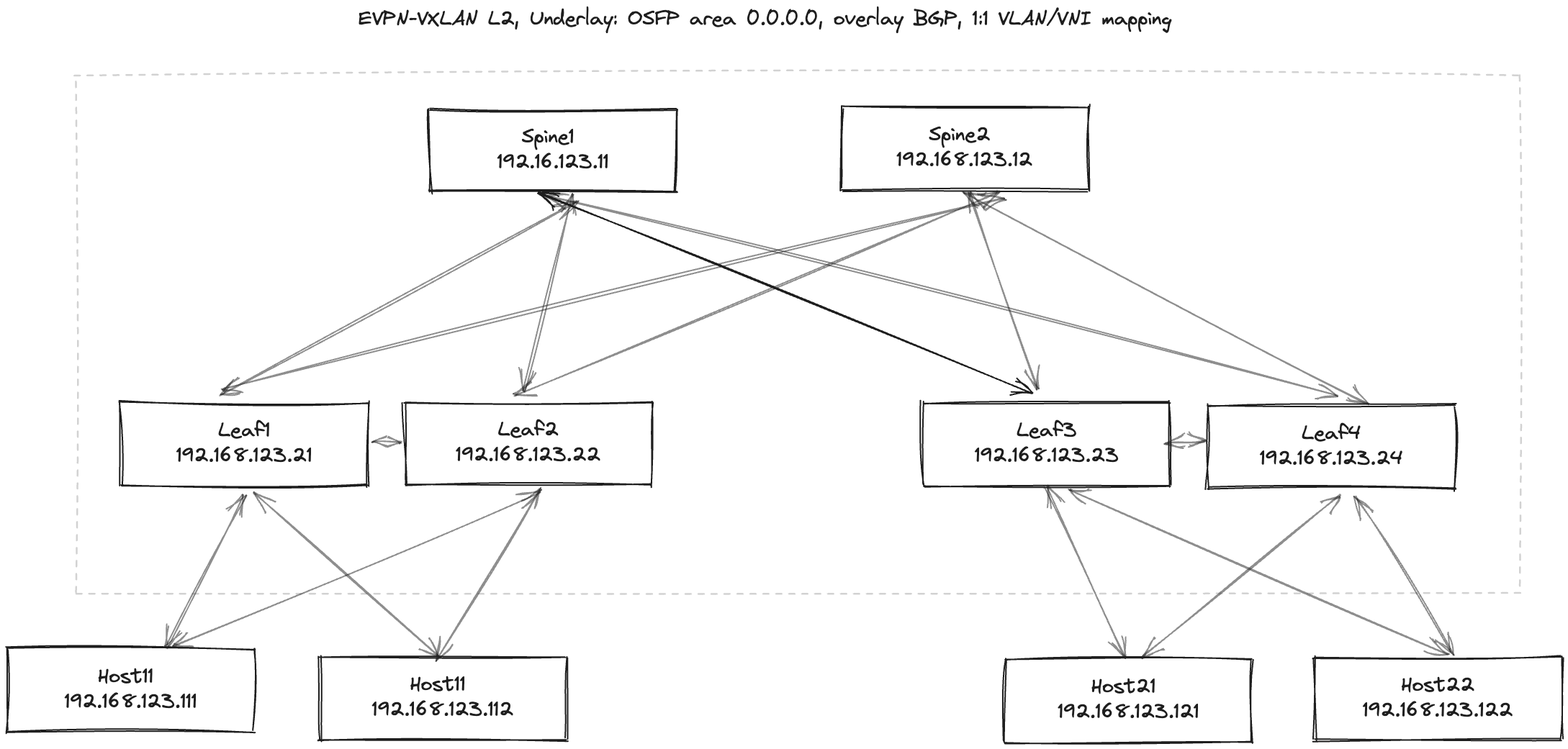
Above: media/evpnvxlan_lab_full.excalidraw.png in marekplaza/evpnvxlan_quickstart (Excalidraw), before the change. Source tidied: one line per element, renumbered; positions are measured from the earlier drawing's top-left corner, leaving out a move shared by most shapes. The source it was exported from:
```json
{"id": 0, "type": "rectangle", "strokeColor": "#1e1e1e", "strokeWidth": 2, "strokeStyle": "dashed", "roughness": 2, "opacity": 20, "x": 95, "y": 94, "width": 2006, "height": 721}
{"id": 1, "type": "rectangle", "strokeColor": "#1e1e1e", "strokeWidth": 2, "roughness": 2, "x": 0, "y": 892, "width": 343, "height": 115}
{"id": 2, "type": "text", "text": "Host11 \n192.168.123.111", "strokeColor": "#1e1e1e", "strokeWidth": 2, "roughness": 2, "fontSize": 28, "fontFamily": 1, "textAlign": "center", "verticalAlign": "middle", "inside": 1, "x": 80, "y": 914, "width": 184, "height": 70}
{"id": 3, "type": "rectangle", "strokeColor": "#1e1e1e", "strokeWidth": 2, "roughness": 2, "x": 158, "y": 549, "width": 343, "height": 115}
{"id": 4, "type": "text", "text": "Leaf1\n192.168.123.21", "strokeColor": "#1e1e1e", "strokeWidth": 2, "roughness": 2, "fontSize": 28, "fontFamily": 1, "textAlign": "center", "verticalAlign": "middle", "inside": 3, "x": 235, "y": 572, "width": 189, "height": 70}
{"id": 5, "type": "rectangle", "strokeColor": "#1e1e1e", "strokeWidth": 2, "roughness": 2, "x": 587, "y": 141, "width": 343, "height": 115}
{"id": 6, "type": "text", "text": "Spine1 \n192.16.123.11", "strokeColor": "#1e1e1e", "strokeWidth": 2, "roughness": 2, "fontSize": 28, "fontFamily": 1, "textAlign": "center", "verticalAlign": "middle", "inside": 5, "x": 681, "y": 164, "width": 155, "height": 70}
{"id": 7, "type": "rectangle", "strokeColor": "#1e1e1e", "strokeWidth": 2, "roughness": 2, "x": 1272, "y": 550, "width": 343, "height": 115}
{"id": 8, "type": "text", "text": "Leaf3\n192.168.123.23", "strokeColor": "#1e1e1e", "strokeWidth": 2, "roughness": 2, "fontSize": 28, "fontFamily": 1, "textAlign": "center", "verticalAlign": "middle", "inside": 7, "x": 1344, "y": 572, "width": 200, "height": 70}
{"id": 9, "type": "rectangle", "strokeColor": "#1e1e1e", "strokeWidth": 2, "roughness": 2, "x": 1386, "y": 906, "width": 343, "height": 115}
{"id": 10, "type": "text", "text": "Host21 \n192.168.123.121", "strokeColor": "#1e1e1e", "strokeWidth": 2, "roughness": 2, "fontSize": 28, "fontFamily": 1, "textAlign": "center", "verticalAlign": "middle", "inside": 9, "x": 1459, "y": 928, "width": 196, "height": 70}
{"id": 11, "type": "text", "text": "EVPN-VXLAN L2, Underlay: OSFP area 0.0.0.0, overlay BGP, 1:1 VLAN/VNI mapping", "strokeColor": "#1e1e1e", "strokeWidth": 2, "strokeStyle": "dashed", "roughness": 2, "fontSize": 28, "fontFamily": 1, "textAlign": "center", "x": 488, "y": 0, "width": 1129, "height": 35}
{"id": 12, "type": "arrow", "strokeColor": "#1e1e1e", "strokeWidth": 2, "roughness": 2, "opacity": 50, "startArrowhead": "arrow", "endArrowhead": "arrow", "from": 1, "to": 3, "x": 222, "y": 891, "width": 107, "height": 212, "points": [[0, 0], [107, -212]]}
{"id": 13, "type": "arrow", "strokeColor": "#1e1e1e", "strokeWidth": 2, "roughness": 2, "opacity": 50, "startArrowhead": "arrow", "endArrowhead": "arrow", "from": 3, "to": 5, "x": 296, "y": 539, "width": 493, "height": 268, "points": [[0, 0], [493, -268]]}
{"id": 14, "type": "arrow", "strokeColor": "#1e1e1e", "strokeWidth": 2, "roughness": 2, "startArrowhead": "arrow", "endArrowhead": "arrow", "from": 5, "to": 7, "x": 737, "y": 257, "width": 686, "height": 280, "points": [[0, 0], [686, 280]]}
{"id": 15, "type": "arrow", "strokeColor": "#1e1e1e", "strokeWidth": 2, "roughness": 2, "opacity": 50, "startArrowhead": "arrow", "endArrowhead": "arrow", "from": 7, "to": 9, "x": 1441, "y": 666, "width": 110, "height": 239, "points": [[0, 0], [110, 239]]}
{"id": 16, "type": "rectangle", "strokeColor": "#1e1e1e", "strokeWidth": 2, "roughness": 2, "x": 1158, "y": 139, "width": 343, "height": 115}
{"id": 17, "type": "text", "text": "Spine2 \n192.168.123.12", "strokeColor": "#1e1e1e", "strokeWidth": 2, "roughness": 2, "fontSize": 28, "fontFamily": 1, "textAlign": "center", "verticalAlign": "middle", "inside": 16, "x": 1236, "y": 161, "width": 189, "height": 70}
{"id": 18, "type": "arrow", "strokeColor": "#1e1e1e", "strokeWidth": 2, "roughness": 2, "opacity": 50, "startArrowhead": "arrow", "endArrowhead": "arrow", "from": 3, "x": 344, "y": 677, "width": 257, "height": 228, "points": [[0, 0], [257, 228]]}
{"id": 19, "type": "arrow", "strokeColor": "#1e1e1e", "strokeWidth": 2, "roughness": 2, "opacity": 50, "startArrowhead": "arrow", "endArrowhead": "arrow", "from": 7, "to": 16, "x": 1430, "y": 531, "width": 94, "height": 276, "points": [[0, 0], [-94, -276]]}
{"id": 20, "type": "rectangle", "strokeColor": "#1e1e1e", "strokeWidth": 2, "roughness": 2, "x": 433, "y": 903, "width": 343, "height": 115}
{"id": 21, "type": "text", "text": "Host11 \n192.168.123.112", "strokeColor": "#1e1e1e", "strokeWidth": 2, "roughness": 2, "fontSize": 28, "fontFamily": 1, "textAlign": "center", "verticalAlign": "middle", "inside": 20, "x": 507, "y": 925, "width": 196, "height": 70}
{"id": 22, "type": "arrow", "strokeColor": "#1e1e1e", "strokeWidth": 2, "roughness": 2, "opacity": 50, "startArrowhead": "arrow", "endArrowhead": "arrow", "from": 23, "x": 742, "y": 671, "width": 146, "height": 236, "points": [[0, 0], [-146, 236]]}
{"id": 23, "type": "rectangle", "strokeColor": "#1e1e1e", "strokeWidth": 2, "roughness": 2, "x": 552, "y": 548, "width": 343, "height": 115}
{"id": 24, "type": "text", "text": "Leaf2\n192.168.123.22", "strokeColor": "#1e1e1e", "strokeWidth": 2, "roughness": 2, "fontSize": 28, "fontFamily": 1, "textAlign": "center", "verticalAlign": "middle", "inside": 23, "x": 623, "y": 571, "width": 201, "height": 70}
{"id": 25, "type": "arrow", "strokeColor": "#1e1e1e", "strokeWidth": 2, "roughness": 2, "opacity": 50, "startArrowhead": "arrow", "endArrowhead": "arrow", "from": 23, "to": 1, "x": 741, "y": 674, "width": 512, "height": 215, "points": [[0, 0], [-512, 215]]}
{"id": 26, "type": "arrow", "strokeColor": "#1e1e1e", "strokeWidth": 2, "roughness": 2, "opacity": 50, "startArrowhead": "arrow", "endArrowhead": "arrow", "from": 23, "to": 3, "x": 547, "y": 604, "width": 39, "height": 1, "points": [[0, 0], [-39, -1]]}
{"id": 27, "type": "rectangle", "strokeColor": "#1e1e1e", "strokeWidth": 2, "roughness": 2, "x": 1668, "y": 553, "width": 343, "height": 115}
{"id": 28, "type": "text", "text": "Leaf4\n192.168.123.24", "strokeColor": "#1e1e1e", "strokeWidth": 2, "roughness": 2, "fontSize": 28, "fontFamily": 1, "textAlign": "center", "verticalAlign": "middle", "inside": 27, "x": 1740, "y": 576, "width": 199, "height": 70}
{"id": 29, "type": "arrow", "strokeColor": "#1e1e1e", "strokeWidth": 2, "roughness": 2, "opacity": 50, "startArrowhead": "arrow", "endArrowhead": "arrow", "from": 27, "x": 1663, "y": 606, "width": 53, "height": 2, "points": [[0, 0], [-53, -2]]}
{"id": 30, "type": "rectangle", "strokeColor": "#1e1e1e", "strokeWidth": 2, "roughness": 2, "x": 1816, "y": 903, "width": 343, "height": 115}
{"id": 31, "type": "text", "text": "Host22\n192.168.123.122", "strokeColor": "#1e1e1e", "strokeWidth": 2, "roughness": 2, "fontSize": 28, "fontFamily": 1, "textAlign": "center", "verticalAlign": "middle", "inside": 30, "x": 1883, "y": 926, "width": 209, "height": 70}
{"id": 32, "type": "arrow", "strokeColor": "#1e1e1e", "strokeWidth": 2, "roughness": 2, "opacity": 50, "startArrowhead": "arrow", "endArrowhead": "arrow", "from": 27, "to": 16, "x": 1889, "y": 552, "width": 562, "height": 295, "points": [[0, 0], [-562, -295]]}
{"id": 33, "type": "arrow", "strokeColor": "#1e1e1e", "strokeWidth": 2, "roughness": 2, "opacity": 50, "startArrowhead": "arrow", "endArrowhead": "arrow", "from": 27, "to": 5, "x": 1847, "y": 539, "width": 1099, "height": 277, "points": [[0, 0], [-1099, -277]]}
{"id": 34, "type": "arrow", "strokeColor": "#1e1e1e", "strokeWidth": 2, "roughness": 2, "opacity": 50, "startArrowhead": "arrow", "endArrowhead": "arrow", "from": 23, "to": 5, "x": 718, "y": 535, "width": 67, "height": 275, "points": [[0, 0], [67, -275]]}
{"id": 35, "type": "arrow", "strokeColor": "#1e1e1e", "strokeWidth": 2, "roughness": 2, "opacity": 50, "startArrowhead": "arrow", "endArrowhead": "arrow", "from": 23, "to": 16, "x": 704, "y": 540, "width": 672, "height": 282, "points": [[0, 0], [672, -282]]}
{"id": 36, "type": "arrow", "strokeColor": "#1e1e1e", "strokeWidth": 2, "roughness": 2, "opacity": 50, "startArrowhead": "arrow", "endArrowhead": "arrow", "from": 3, "to": 16, "x": 298, "y": 531, "width": 1085, "height": 266, "points": [[0, 0], [1085, -266]]}
{"id": 37, "type": "arrow", "strokeColor": "#1e1e1e", "strokeWidth": 2, "roughness": 2, "opacity": 50, "startArrowhead": "arrow", "endArrowhead": "arrow", "from": 27, "to": 9, "x": 1851, "y": 677, "width": 273, "height": 223, "points": [[0, 0], [-273, 223]]}
{"id": 38, "type": "arrow", "strokeColor": "#1e1e1e", "strokeWidth": 2, "roughness": 2, "opacity": 50, "startArrowhead": "arrow", "endArrowhead": "arrow", "from": 7, "to": 30, "x": 1475, "y": 671, "width": 524, "height": 228, "points": [[0, 0], [524, 228]]}
{"id": 39, "type": "arrow", "strokeColor": "#1e1e1e", "strokeWidth": 2, "roughness": 2, "opacity": 50, "startArrowhead": "arrow", "endArrowhead": "arrow", "from": 27, "to": 30, "x": 1873, "y": 679, "width": 135, "height": 220, "points": [[0, 0], [135, 220]]}
```
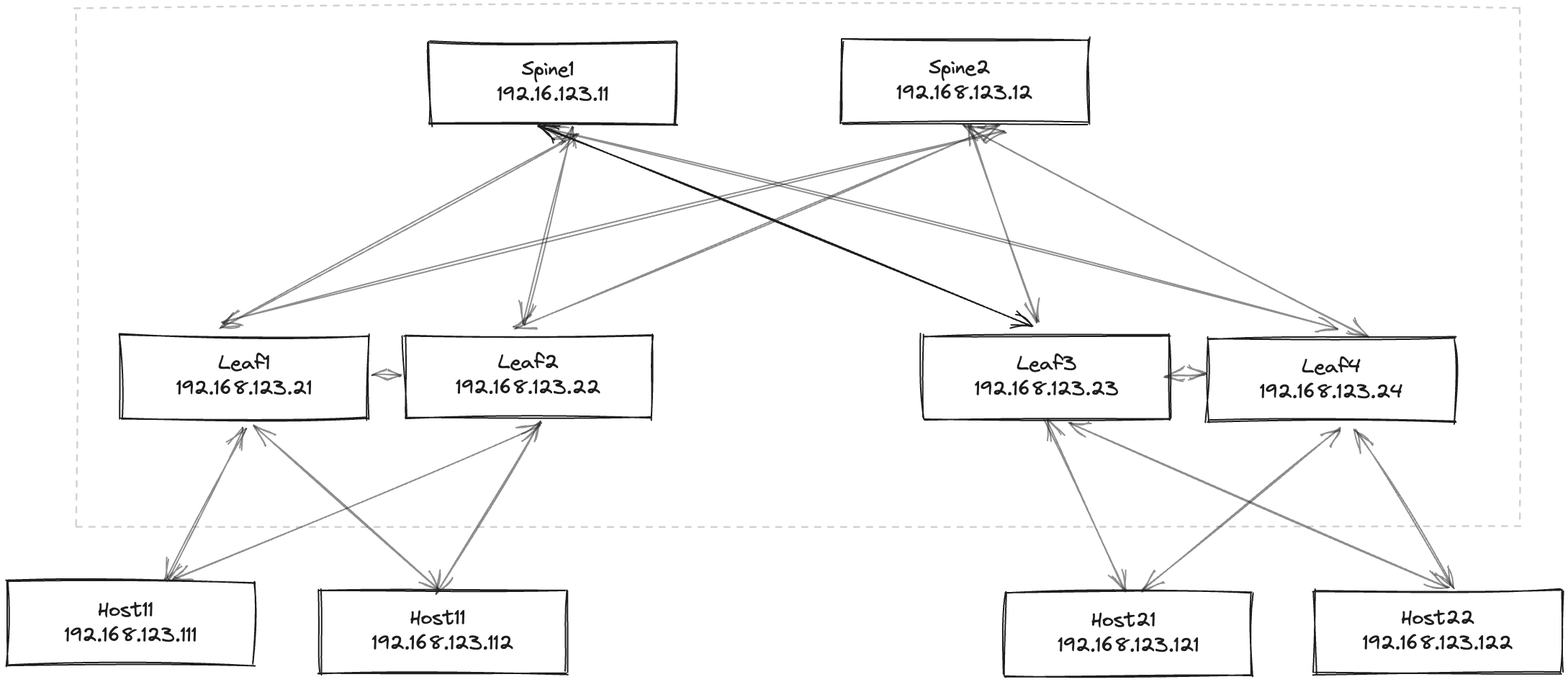
Later version of the same file.

The edit, as a diff of the source:
```diff
@@ -9,7 +9,6 @@
 {"id": 8, "type": "text", "text": "Leaf3\n192.168.123.23", "strokeColor": "#1e1e1e", "strokeWidth": 2, "roughness": 2, "fontSize": 28, "fontFamily": 1, "textAlign": "center", "verticalAlign": "middle", "inside": 7, "x": 1344, "y": 572, "width": 200, "height": 70}
 {"id": 9, "type": "rectangle", "strokeColor": "#1e1e1e", "strokeWidth": 2, "roughness": 2, "x": 1386, "y": 906, "width": 343, "height": 115}
 {"id": 10, "type": "text", "text": "Host21 \n192.168.123.121", "strokeColor": "#1e1e1e", "strokeWidth": 2, "roughness": 2, "fontSize": 28, "fontFamily": 1, "textAlign": "center", "verticalAlign": "middle", "inside": 9, "x": 1459, "y": 928, "width": 196, "height": 70}
-{"id": 11, "type": "text", "text": "EVPN-VXLAN L2, Underlay: OSFP area 0.0.0.0, overlay BGP, 1:1 VLAN/VNI mapping", "strokeColor": "#1e1e1e", "strokeWidth": 2, "strokeStyle": "dashed", "roughness": 2, "fontSize": 28, "fontFamily": 1, "textAlign": "center", "x": 488, "y": 0, "width": 1129, "height": 35}
 {"id": 12, "type": "arrow", "strokeColor": "#1e1e1e", "strokeWidth": 2, "roughness": 2, "opacity": 50, "startArrowhead": "arrow", "endArrowhead": "arrow", "from": 1, "to": 3, "x": 222, "y": 891, "width": 107, "height": 212, "points": [[0, 0], [107, -212]]}
 {"id": 13, "type": "arrow", "strokeColor": "#1e1e1e", "strokeWidth": 2, "roughness": 2, "opacity": 50, "startArrowhead": "arrow", "endArrowhead": "arrow", "from": 3, "to": 5, "x": 296, "y": 539, "width": 493, "height": 268, "points": [[0, 0], [493, -268]]}
 {"id": 14, "type": "arrow", "strokeColor": "#1e1e1e", "strokeWidth": 2, "roughness": 2, "startArrowhead": "arrow", "endArrowhead": "arrow", "from": 5, "to": 7, "x": 737, "y": 257, "width": 686, "height": 280, "points": [[0, 0], [686, 280]]}
```
